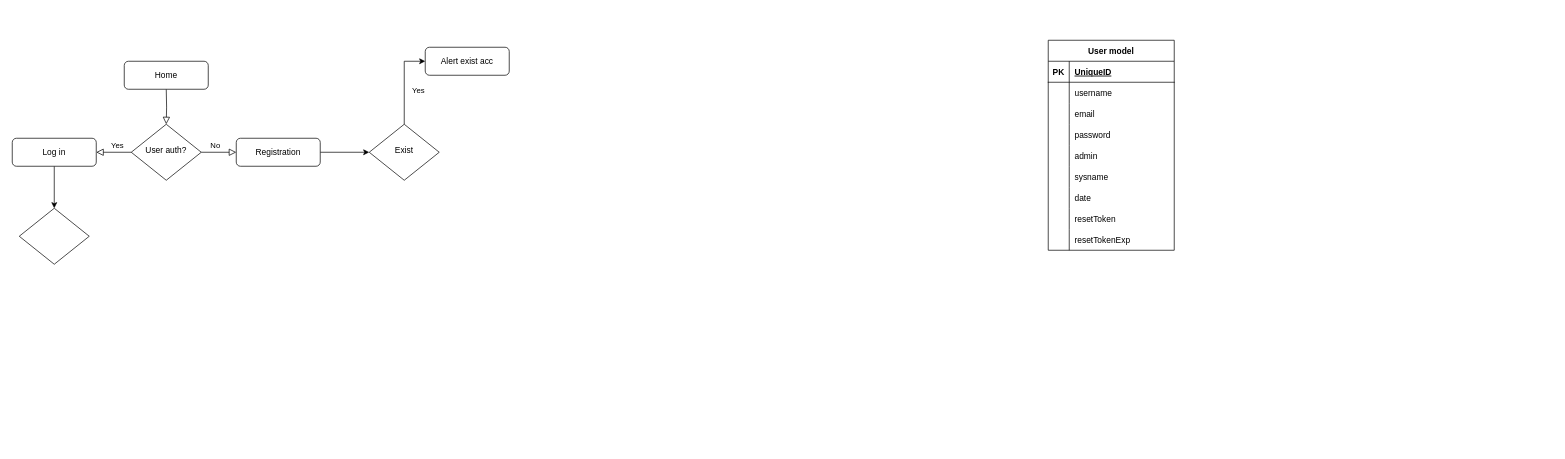
mihnevich1989/drawio-diagramms keeps this draw.io diagram as Untitled Diagram.drawio. Above is the earlier version. Source tidied: cells renumbered, new cells numbered last; positions are measured from the earlier drawing's top-left corner, leaving out a move shared by most shapes. Both pictures are drawn from the tidied source at 70%, with x=0, y=0 at pixel (12, 40).
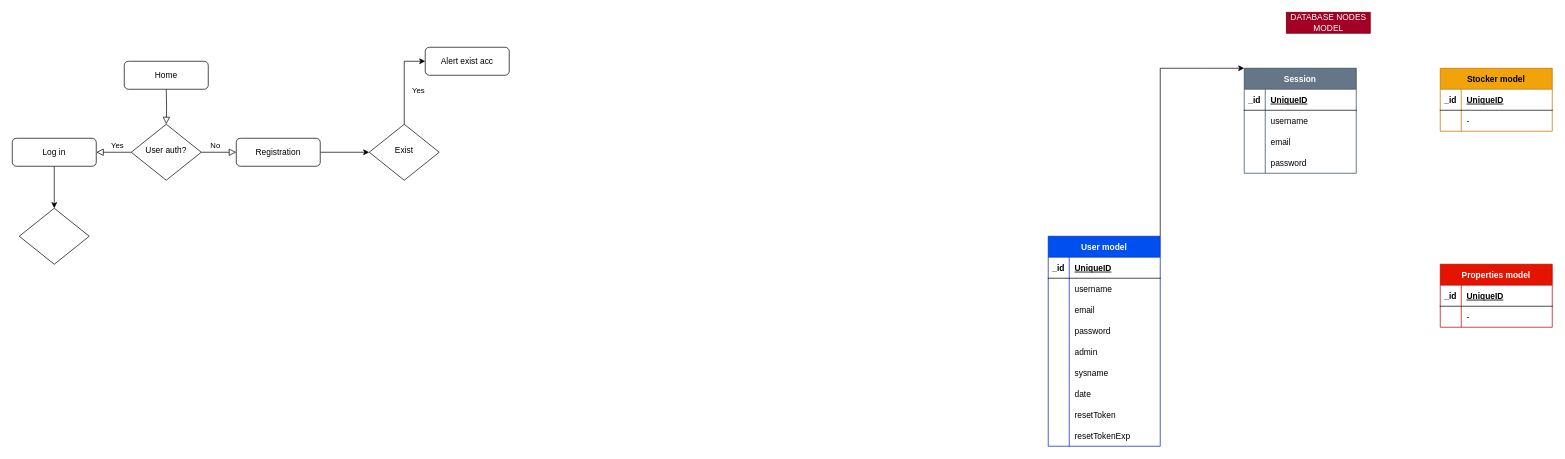
Above is the later version.

The edit, as a diff of the source:
```diff
@@
+    <mxCell id="43" style="edgeStyle=orthogonalEdgeStyle;rounded=0;jettySize=auto;html=1;exitX=1;exitY=0;exitDx=0;exitDy=0;entryX=0;entryY=0;entryDx=0;entryDy=0;" parent="1" edge="1" source="15" target="59">
+      <mxGeometry relative="1" as="geometry">
+        <Array as="points">
+          <mxPoint x="1700" y="40" />
+          <mxPoint x="1700" y="40" />
+        </Array>
+      </mxGeometry>
+    </mxCell>
-    <mxCell id="15" value="User model" style="shape=table;startSize=30;childLayout=tableLayout;rowLines=0;fontStyle=1;align=center;" parent="1" vertex="1">
-      <mxGeometry x="1480" width="180" height="300" as="geometry" />
+    <mxCell id="15" value="User model" style="shape=table;startSize=30;childLayout=tableLayout;rowLines=0;fontStyle=1;align=center;fillColor=#0050ef;fontColor=#ffffff;strokeColor=#001DBC;gradientColor=none;swimlaneFillColor=default;" parent="1" vertex="1">
+      <mxGeometry x="1480" y="280" width="160" height="300" as="geometry" />
     </mxCell>
     <mxCell id="16" style="shape=tableRow;horizontal=0;startSize=0;swimlaneHead=0;swimlaneBody=0;fillColor=none;top=0;left=0;right=0;bottom=1;" parent="15" vertex="1">
-      <mxGeometry y="30" width="180" height="30" as="geometry" />
+      <mxGeometry y="30" width="160" height="30" as="geometry" />
     </mxCell>
-    <mxCell id="17" value="PK" style="shape=partialRectangle;fillColor=none;top=0;left=0;bottom=0;right=0;fontStyle=1;overflow=hidden;" parent="16" vertex="1">
+    <mxCell id="17" value="_id" style="shape=partialRectangle;fillColor=none;top=0;left=0;bottom=0;right=0;fontStyle=1;overflow=hidden;" parent="16" vertex="1">
       <mxGeometry width="30" height="30" as="geometry" />
     </mxCell>
     <mxCell id="18" value="UniqueID" style="shape=partialRectangle;fillColor=none;top=0;left=0;bottom=0;right=0;align=left;spacingLeft=6;fontStyle=5;overflow=hidden;" parent="16" vertex="1">
-      <mxGeometry x="30" width="150" height="30" as="geometry" />
+      <mxGeometry x="30" width="130" height="30" as="geometry" />
     </mxCell>
     <mxCell id="19" style="shape=tableRow;horizontal=0;startSize=0;swimlaneHead=0;swimlaneBody=0;fillColor=none;top=0;left=0;right=0;bottom=0;" parent="15" vertex="1">
-      <mxGeometry y="60" width="180" height="30" as="geometry" />
+      <mxGeometry y="60" width="160" height="30" as="geometry" />
     </mxCell>
@@
     <mxCell id="21" value="username" style="shape=partialRectangle;fillColor=none;top=0;left=0;bottom=0;right=0;align=left;spacingLeft=6;overflow=hidden;" parent="19" vertex="1">
-      <mxGeometry x="30" width="150" height="30" as="geometry" />
+      <mxGeometry x="30" width="130" height="30" as="geometry" />
     </mxCell>
     <mxCell id="22" style="shape=tableRow;horizontal=0;startSize=0;swimlaneHead=0;swimlaneBody=0;fillColor=none;top=0;left=0;right=0;bottom=0;" parent="15" vertex="1">
-      <mxGeometry y="90" width="180" height="30" as="geometry" />
+      <mxGeometry y="90" width="160" height="30" as="geometry" />
     </mxCell>
@@
     <mxCell id="24" value="email" style="shape=partialRectangle;fillColor=none;top=0;left=0;bottom=0;right=0;align=left;spacingLeft=6;overflow=hidden;" parent="22" vertex="1">
-      <mxGeometry x="30" width="150" height="30" as="geometry" />
+      <mxGeometry x="30" width="130" height="30" as="geometry" />
     </mxCell>
     <mxCell id="25" style="shape=tableRow;horizontal=0;startSize=0;swimlaneHead=0;swimlaneBody=0;fillColor=none;top=0;left=0;right=0;bottom=0;" parent="15" vertex="1">
-      <mxGeometry y="120" width="180" height="30" as="geometry" />
+      <mxGeometry y="120" width="160" height="30" as="geometry" />
     </mxCell>
@@
     <mxCell id="27" value="password" style="shape=partialRectangle;fillColor=none;top=0;left=0;bottom=0;right=0;align=left;spacingLeft=6;overflow=hidden;" parent="25" vertex="1">
-      <mxGeometry x="30" width="150" height="30" as="geometry" />
+      <mxGeometry x="30" width="130" height="30" as="geometry" />
     </mxCell>
     <mxCell id="28" style="shape=tableRow;horizontal=0;startSize=0;swimlaneHead=0;swimlaneBody=0;fillColor=none;top=0;left=0;right=0;bottom=0;" parent="15" vertex="1">
-      <mxGeometry y="150" width="180" height="30" as="geometry" />
+      <mxGeometry y="150" width="160" height="30" as="geometry" />
     </mxCell>
@@
     <mxCell id="30" value="admin" style="shape=partialRectangle;fillColor=none;top=0;left=0;bottom=0;right=0;align=left;spacingLeft=6;overflow=hidden;" parent="28" vertex="1">
-      <mxGeometry x="30" width="150" height="30" as="geometry" />
+      <mxGeometry x="30" width="130" height="30" as="geometry" />
     </mxCell>
     <mxCell id="31" style="shape=tableRow;horizontal=0;startSize=0;swimlaneHead=0;swimlaneBody=0;fillColor=none;top=0;left=0;right=0;bottom=0;" parent="15" vertex="1">
-      <mxGeometry y="180" width="180" height="30" as="geometry" />
+      <mxGeometry y="180" width="160" height="30" as="geometry" />
     </mxCell>
@@
     <mxCell id="33" value="sysname" style="shape=partialRectangle;fillColor=none;top=0;left=0;bottom=0;right=0;align=left;spacingLeft=6;overflow=hidden;" parent="31" vertex="1">
-      <mxGeometry x="30" width="150" height="30" as="geometry" />
+      <mxGeometry x="30" width="130" height="30" as="geometry" />
     </mxCell>
     <mxCell id="34" style="shape=tableRow;horizontal=0;startSize=0;swimlaneHead=0;swimlaneBody=0;fillColor=none;top=0;left=0;right=0;bottom=0;" parent="15" vertex="1">
-      <mxGeometry y="210" width="180" height="30" as="geometry" />
+      <mxGeometry y="210" width="160" height="30" as="geometry" />
     </mxCell>
@@
     <mxCell id="36" value="date" style="shape=partialRectangle;fillColor=none;top=0;left=0;bottom=0;right=0;align=left;spacingLeft=6;overflow=hidden;" parent="34" vertex="1">
-      <mxGeometry x="30" width="150" height="30" as="geometry" />
+      <mxGeometry x="30" width="130" height="30" as="geometry" />
     </mxCell>
     <mxCell id="37" style="shape=tableRow;horizontal=0;startSize=0;swimlaneHead=0;swimlaneBody=0;fillColor=none;top=0;left=0;right=0;bottom=0;" parent="15" vertex="1">
-      <mxGeometry y="240" width="180" height="30" as="geometry" />
+      <mxGeometry y="240" width="160" height="30" as="geometry" />
     </mxCell>
@@
     <mxCell id="39" value="resetToken" style="shape=partialRectangle;fillColor=none;top=0;left=0;bottom=0;right=0;align=left;spacingLeft=6;overflow=hidden;" parent="37" vertex="1">
-      <mxGeometry x="30" width="150" height="30" as="geometry" />
+      <mxGeometry x="30" width="130" height="30" as="geometry" />
     </mxCell>
     <mxCell id="40" style="shape=tableRow;horizontal=0;startSize=0;swimlaneHead=0;swimlaneBody=0;fillColor=none;top=0;left=0;right=0;bottom=0;" parent="15" vertex="1">
-      <mxGeometry y="270" width="180" height="30" as="geometry" />
+      <mxGeometry y="270" width="160" height="30" as="geometry" />
     </mxCell>
@@
     <mxCell id="42" value="resetTokenExp" style="shape=partialRectangle;fillColor=none;top=0;left=0;bottom=0;right=0;align=left;spacingLeft=6;overflow=hidden;" parent="40" vertex="1">
-      <mxGeometry x="30" width="150" height="30" as="geometry" />
+      <mxGeometry x="30" width="130" height="30" as="geometry" />
     </mxCell>
+    <mxCell id="44" value="Stocker model" style="shape=table;startSize=30;childLayout=tableLayout;rowLines=0;fontStyle=1;align=center;swimlaneFillColor=default;fillColor=#f0a30a;strokeColor=#BD7000;fontColor=#000000;" parent="1" vertex="1">
+      <mxGeometry x="2040" y="40" width="160" height="90" as="geometry" />
+    </mxCell>
+    <mxCell id="45" style="shape=tableRow;horizontal=0;startSize=0;swimlaneHead=0;swimlaneBody=0;fillColor=none;top=0;left=0;right=0;bottom=1;" parent="44" vertex="1">
+      <mxGeometry y="30" width="160" height="30" as="geometry" />
+    </mxCell>
+    <mxCell id="46" value="_id" style="shape=partialRectangle;fillColor=none;top=0;left=0;bottom=0;right=0;fontStyle=1;overflow=hidden;" parent="45" vertex="1">
+      <mxGeometry width="30" height="30" as="geometry" />
+    </mxCell>
+    <mxCell id="47" value="UniqueID" style="shape=partialRectangle;fillColor=none;top=0;left=0;bottom=0;right=0;align=left;spacingLeft=6;fontStyle=5;overflow=hidden;" parent="45" vertex="1">
+      <mxGeometry x="30" width="130" height="30" as="geometry" />
+    </mxCell>
+    <mxCell id="48" style="shape=tableRow;horizontal=0;startSize=0;swimlaneHead=0;swimlaneBody=0;fillColor=none;top=0;left=0;right=0;bottom=0;" parent="44" vertex="1">
+      <mxGeometry y="60" width="160" height="30" as="geometry" />
+    </mxCell>
+    <mxCell id="49" style="shape=partialRectangle;fillColor=none;top=0;left=0;bottom=0;right=0;overflow=hidden;" parent="48" vertex="1">
+      <mxGeometry width="30" height="30" as="geometry" />
+    </mxCell>
+    <mxCell id="50" value="-" style="shape=partialRectangle;fillColor=none;top=0;left=0;bottom=0;right=0;align=left;spacingLeft=6;overflow=hidden;" parent="48" vertex="1">
+      <mxGeometry x="30" width="130" height="30" as="geometry" />
+    </mxCell>
+    <mxCell id="51" value="DATABASE NODES&lt;br&gt;&amp;nbsp;MODEL&amp;nbsp;" style="text;html=1;align=center;verticalAlign=middle;strokeColor=#6F0000;fillColor=#a20025;fontColor=#ffffff;" parent="1" vertex="1">
+      <mxGeometry x="1820" y="-40" width="120" height="30" as="geometry" />
+    </mxCell>
+    <mxCell id="52" value="Properties model" style="shape=table;startSize=30;childLayout=tableLayout;rowLines=0;fontStyle=1;align=center;swimlaneFillColor=default;fillColor=#e51400;fontColor=#ffffff;strokeColor=#B20000;" parent="1" vertex="1">
+      <mxGeometry x="2040" y="320" width="160" height="90" as="geometry" />
+    </mxCell>
+    <mxCell id="53" style="shape=tableRow;horizontal=0;startSize=0;swimlaneHead=0;swimlaneBody=0;fillColor=none;top=0;left=0;right=0;bottom=1;" parent="52" vertex="1">
+      <mxGeometry y="30" width="160" height="30" as="geometry" />
+    </mxCell>
+    <mxCell id="54" value="_id" style="shape=partialRectangle;fillColor=none;top=0;left=0;bottom=0;right=0;fontStyle=1;overflow=hidden;" parent="53" vertex="1">
+      <mxGeometry width="30" height="30" as="geometry" />
+    </mxCell>
+    <mxCell id="55" value="UniqueID" style="shape=partialRectangle;fillColor=none;top=0;left=0;bottom=0;right=0;align=left;spacingLeft=6;fontStyle=5;overflow=hidden;" parent="53" vertex="1">
+      <mxGeometry x="30" width="130" height="30" as="geometry" />
+    </mxCell>
+    <mxCell id="56" style="shape=tableRow;horizontal=0;startSize=0;swimlaneHead=0;swimlaneBody=0;fillColor=none;top=0;left=0;right=0;bottom=0;" parent="52" vertex="1">
+      <mxGeometry y="60" width="160" height="30" as="geometry" />
+    </mxCell>
+    <mxCell id="57" style="shape=partialRectangle;fillColor=none;top=0;left=0;bottom=0;right=0;overflow=hidden;" parent="56" vertex="1">
+      <mxGeometry width="30" height="30" as="geometry" />
+    </mxCell>
+    <mxCell id="58" value="-" style="shape=partialRectangle;fillColor=none;top=0;left=0;bottom=0;right=0;align=left;spacingLeft=6;overflow=hidden;" parent="56" vertex="1">
+      <mxGeometry x="30" width="130" height="30" as="geometry" />
+    </mxCell>
+    <mxCell id="59" value="Session" style="shape=table;startSize=30;childLayout=tableLayout;rowLines=0;fontStyle=1;align=center;swimlaneFillColor=default;fillColor=#647687;fontColor=#ffffff;strokeColor=#314354;" parent="1" vertex="1">
+      <mxGeometry x="1760" y="40" width="160" height="150" as="geometry" />
+    </mxCell>
+    <mxCell id="60" style="shape=tableRow;horizontal=0;startSize=0;swimlaneHead=0;swimlaneBody=0;fillColor=none;top=0;left=0;right=0;bottom=1;" parent="59" vertex="1">
+      <mxGeometry y="30" width="160" height="30" as="geometry" />
+    </mxCell>
+    <mxCell id="61" value="_id" style="shape=partialRectangle;fillColor=none;top=0;left=0;bottom=0;right=0;fontStyle=1;overflow=hidden;" parent="60" vertex="1">
+      <mxGeometry width="30" height="30" as="geometry" />
+    </mxCell>
+    <mxCell id="62" value="UniqueID" style="shape=partialRectangle;fillColor=none;top=0;left=0;bottom=0;right=0;align=left;spacingLeft=6;fontStyle=5;overflow=hidden;" parent="60" vertex="1">
+      <mxGeometry x="30" width="130" height="30" as="geometry" />
+    </mxCell>
+    <mxCell id="63" style="shape=tableRow;horizontal=0;startSize=0;swimlaneHead=0;swimlaneBody=0;fillColor=none;top=0;left=0;right=0;bottom=0;" parent="59" vertex="1">
+      <mxGeometry y="60" width="160" height="30" as="geometry" />
+    </mxCell>
+    <mxCell id="64" style="shape=partialRectangle;fillColor=none;top=0;left=0;bottom=0;right=0;overflow=hidden;" parent="63" vertex="1">
+      <mxGeometry width="30" height="30" as="geometry" />
+    </mxCell>
+    <mxCell id="65" value="username" style="shape=partialRectangle;fillColor=none;top=0;left=0;bottom=0;right=0;align=left;spacingLeft=6;overflow=hidden;" parent="63" vertex="1">
+      <mxGeometry x="30" width="130" height="30" as="geometry" />
+    </mxCell>
+    <mxCell id="66" style="shape=tableRow;horizontal=0;startSize=0;swimlaneHead=0;swimlaneBody=0;fillColor=none;top=0;left=0;right=0;bottom=0;" parent="59" vertex="1">
+      <mxGeometry y="90" width="160" height="30" as="geometry" />
+    </mxCell>
+    <mxCell id="67" style="shape=partialRectangle;fillColor=none;top=0;left=0;bottom=0;right=0;overflow=hidden;" parent="66" vertex="1">
+      <mxGeometry width="30" height="30" as="geometry" />
+    </mxCell>
+    <mxCell id="68" value="email" style="shape=partialRectangle;fillColor=none;top=0;left=0;bottom=0;right=0;align=left;spacingLeft=6;overflow=hidden;" parent="66" vertex="1">
+      <mxGeometry x="30" width="130" height="30" as="geometry" />
+    </mxCell>
+    <mxCell id="69" style="shape=tableRow;horizontal=0;startSize=0;swimlaneHead=0;swimlaneBody=0;fillColor=none;top=0;left=0;right=0;bottom=0;" parent="59" vertex="1">
+      <mxGeometry y="120" width="160" height="30" as="geometry" />
+    </mxCell>
+    <mxCell id="70" style="shape=partialRectangle;fillColor=none;top=0;left=0;bottom=0;right=0;overflow=hidden;" parent="69" vertex="1">
+      <mxGeometry width="30" height="30" as="geometry" />
+    </mxCell>
+    <mxCell id="71" value="password" style="shape=partialRectangle;fillColor=none;top=0;left=0;bottom=0;right=0;align=left;spacingLeft=6;overflow=hidden;" parent="69" vertex="1">
+      <mxGeometry x="30" width="130" height="30" as="geometry" />
+    </mxCell>
```
